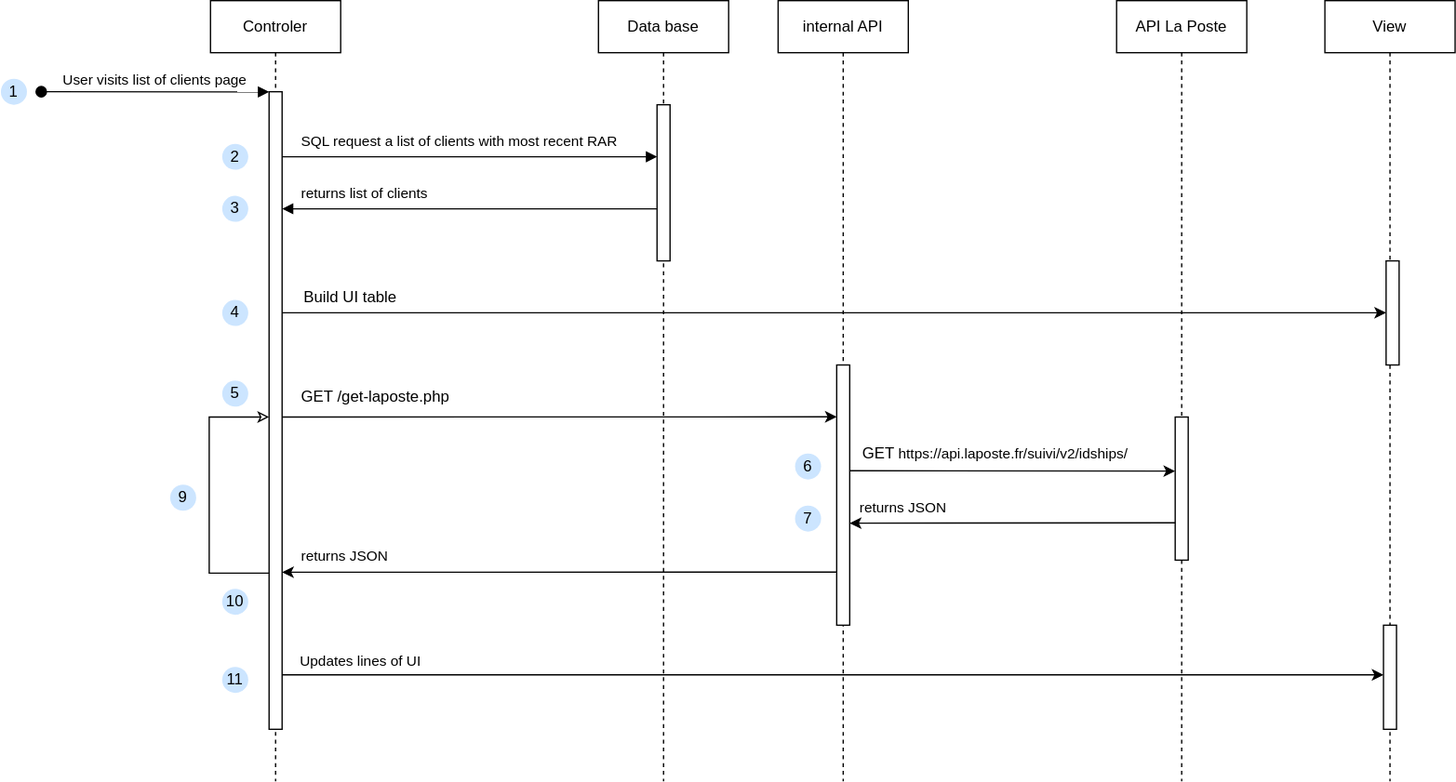
Earlier version of the draw.io export src/IMG/LAPOSTE_API.svg (Remi-Lerolle/Pages-perso). Source tidied: cells renumbered, new cells last; positions are measured from the earlier drawing's top-left corner, leaving out a move shared by most shapes.
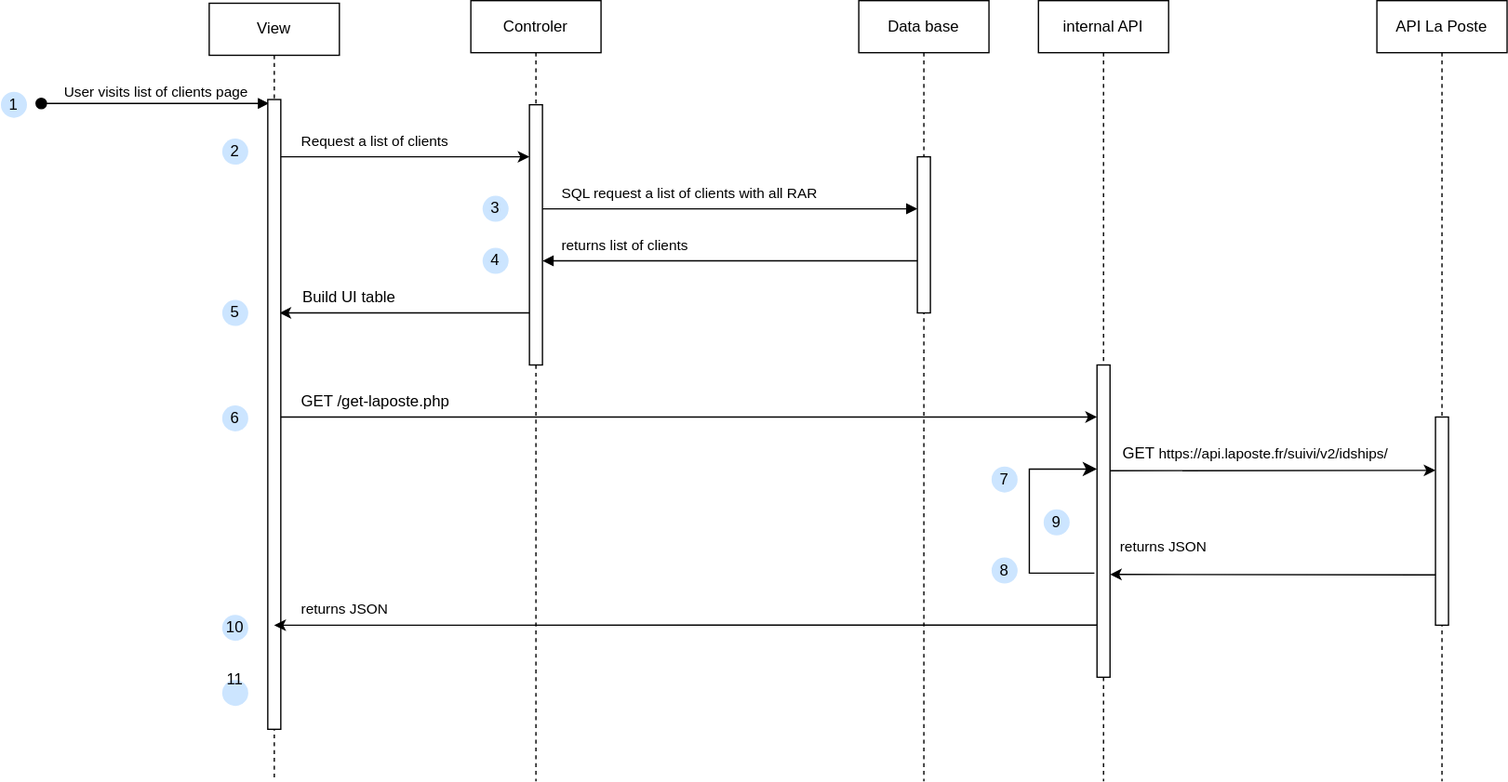
Later version of the same file.

Commit message:
Update diagram sequence API La Poste #19

What changed in the source:
```diff
@@ -8,17 +8,10 @@
     <mxCell id="3" style="html=1;points=[];perimeter=orthogonalPerimeter;outlineConnect=0;targetShapes=umlLifeline;portConstraint=eastwest;newEdgeStyle={&quot;edgeStyle&quot;:&quot;elbowEdgeStyle&quot;,&quot;elbow&quot;:&quot;vertical&quot;,&quot;curved&quot;:0,&quot;rounded&quot;:0};" parent="2" vertex="1">
-      <mxGeometry x="45" y="70" width="10" height="490" as="geometry" />
+      <mxGeometry x="45" y="80" width="10" height="200" as="geometry" />
     </mxCell>
-    <mxCell id="4" value="User visits list of clients page" style="html=1;verticalAlign=bottom;startArrow=oval;endArrow=block;startSize=8;edgeStyle=elbowEdgeStyle;elbow=vertical;curved=0;rounded=0;" parent="2" edge="1" target="3">
+    <mxCell id="4" value="User visits list of clients page" style="html=1;verticalAlign=bottom;startArrow=oval;endArrow=block;startSize=8;edgeStyle=elbowEdgeStyle;elbow=vertical;curved=0;rounded=0;" parent="2" edge="1">
       <mxGeometry relative="1" as="geometry">
-        <mxPoint x="-130" y="70" as="sourcePoint" />
+        <mxPoint x="-330" y="79" as="sourcePoint" />
+        <mxPoint x="-155" y="79.1" as="targetPoint" />
       </mxGeometry>
     </mxCell>
-    <mxCell id="5" style="endArrow=none;startArrow=classic;html=1;rounded=0;startFill=0;" parent="2" edge="1" source="3" target="3">
-      <mxGeometry relative="1" as="geometry">
-        <Array as="points">
-          <mxPoint x="-1" y="320" />
-          <mxPoint x="-1" y="440" />
-        </Array>
-      </mxGeometry>
-    </mxCell>
     <mxCell id="6" value="Data base" style="shape=umlLifeline;perimeter=lifelinePerimeter;whiteSpace=wrap;html=1;newEdgeStyle={&quot;edgeStyle&quot;:&quot;elbowEdgeStyle&quot;,&quot;elbow&quot;:&quot;vertical&quot;,&quot;curved&quot;:0,&quot;rounded&quot;:0};" parent="1" vertex="1">
@@ -27,3 +20,3 @@
     <mxCell id="7" style="html=1;perimeter=orthogonalPerimeter;targetShapes=umlLifeline;newEdgeStyle={&quot;edgeStyle&quot;:&quot;elbowEdgeStyle&quot;,&quot;elbow&quot;:&quot;vertical&quot;,&quot;curved&quot;:0,&quot;rounded&quot;:0};" parent="6" vertex="1">
-      <mxGeometry x="45" y="80" width="10" height="120" as="geometry" />
+      <mxGeometry x="45" y="120" width="10" height="120" as="geometry" />
     </mxCell>
@@ -31,6 +24,6 @@
       <mxGeometry relative="1" as="geometry">
-        <mxPoint x="216" y="120" as="sourcePoint" />
-        <mxPoint x="504" y="120" as="targetPoint" />
+        <mxPoint x="216" y="160" as="sourcePoint" />
+        <mxPoint x="504" y="160" as="targetPoint" />
         <Array as="points">
-          <mxPoint x="301" y="120" />
+          <mxPoint x="301" y="160" />
         </Array>
@@ -38,7 +31,8 @@
     </mxCell>
-    <mxCell id="9" style="html=1;verticalAlign=bottom;endArrow=block;edgeStyle=elbowEdgeStyle;elbow=vertical;curved=0;rounded=0;" parent="1" edge="1" target="3">
+    <mxCell id="9" style="html=1;verticalAlign=bottom;endArrow=block;edgeStyle=elbowEdgeStyle;elbow=vertical;curved=0;rounded=0;" parent="1" edge="1">
       <mxGeometry relative="1" as="geometry">
-        <mxPoint x="504" y="160" as="sourcePoint" />
+        <mxPoint x="504" y="200" as="sourcePoint" />
+        <mxPoint x="216" y="200" as="targetPoint" />
         <Array as="points">
-          <mxPoint x="311" y="160" />
+          <mxPoint x="311" y="200" />
         </Array>
@@ -50,10 +44,7 @@
     <mxCell id="11" style="html=1;points=[];perimeter=orthogonalPerimeter;outlineConnect=0;targetShapes=umlLifeline;portConstraint=eastwest;newEdgeStyle={&quot;edgeStyle&quot;:&quot;elbowEdgeStyle&quot;,&quot;elbow&quot;:&quot;vertical&quot;,&quot;curved&quot;:0,&quot;rounded&quot;:0};" parent="10" vertex="1">
-      <mxGeometry x="45" y="320" width="10" height="110" as="geometry" />
+      <mxGeometry x="45" y="320" width="10" height="160" as="geometry" />
     </mxCell>
     <mxCell id="12" value="View" style="shape=umlLifeline;perimeter=lifelinePerimeter;whiteSpace=wrap;html=1;newEdgeStyle={&quot;edgeStyle&quot;:&quot;elbowEdgeStyle&quot;,&quot;elbow&quot;:&quot;vertical&quot;,&quot;curved&quot;:0,&quot;rounded&quot;:0};" parent="1" vertex="1">
-      <mxGeometry x="1017" width="100" height="600" as="geometry" />
+      <mxGeometry x="-40" y="2" width="100" height="598" as="geometry" />
     </mxCell>
-    <mxCell id="13" style="html=1;perimeter=orthogonalPerimeter;targetShapes=umlLifeline;newEdgeStyle={&quot;edgeStyle&quot;:&quot;elbowEdgeStyle&quot;,&quot;elbow&quot;:&quot;vertical&quot;,&quot;curved&quot;:0,&quot;rounded&quot;:0};" parent="12" vertex="1">
-      <mxGeometry x="45" y="480" width="10" height="80" as="geometry" />
-    </mxCell>
     <mxCell id="14" value="GET &lt;font style=&quot;font-size: 11px;&quot;&gt;https://api.laposte.fr/suivi/v2/idships/&lt;/font&gt;" style="text;html=1;align=left;verticalAlign=middle;" parent="1" vertex="1">
@@ -62,26 +53,14 @@
     <mxCell id="15" value="&lt;font style=&quot;font-size: 11px;&quot;&gt;returns JSON &lt;br&gt;&lt;/font&gt;" style="text;html=1;align=left;verticalAlign=middle;" parent="1" vertex="1">
-      <mxGeometry x="658" y="375" width="90" height="30" as="geometry" />
+      <mxGeometry x="658" y="405" width="90" height="30" as="geometry" />
     </mxCell>
-    <mxCell id="16" style="edgeStyle=elbowEdgeStyle;rounded=0;orthogonalLoop=1;jettySize=auto;html=1;elbow=vertical;curved=0;" parent="1" edge="1">
-      <mxGeometry relative="1" as="geometry">
-        <mxPoint x="216" y="518.2" as="sourcePoint" />
-        <mxPoint x="1062" y="518.1" as="targetPoint" />
-      </mxGeometry>
-    </mxCell>
-    <mxCell id="17" value="Updates lines of UI" style="edgeLabel;html=1;align=center;verticalAlign=middle;" parent="16" vertex="1">
-      <mxGeometry x="-0.27" relative="1" as="geometry">
-        <mxPoint x="-250" y="-10" as="offset" />
-      </mxGeometry>
-    </mxCell>
-    <mxCell id="18" style="html=1;points=[];perimeter=orthogonalPerimeter;outlineConnect=0;targetShapes=umlLifeline;portConstraint=eastwest;newEdgeStyle={&quot;edgeStyle&quot;:&quot;elbowEdgeStyle&quot;,&quot;elbow&quot;:&quot;vertical&quot;,&quot;curved&quot;:0,&quot;rounded&quot;:0};" parent="1" vertex="1">
-      <mxGeometry x="1064" y="200" width="10" height="80" as="geometry" />
-    </mxCell>
-    <mxCell id="19" style="edgeStyle=elbowEdgeStyle;rounded=0;jettySize=auto;html=1;elbow=vertical;curved=0;" parent="1" edge="1" source="3" target="18">
-      <mxGeometry relative="1" as="geometry" />
+    <mxCell id="19" style="edgeStyle=elbowEdgeStyle;rounded=0;jettySize=auto;html=1;elbow=vertical;curved=0;" parent="1" edge="1" source="3">
+      <mxGeometry relative="1" as="geometry">
+        <mxPoint x="14" y="240" as="targetPoint" />
+      </mxGeometry>
     </mxCell>
     <mxCell id="20" value="&lt;font style=&quot;font-size: 11px;&quot;&gt;returns list of clients&lt;/font&gt;" style="text;html=1;align=left;verticalAlign=middle;strokeColor=none;fillColor=none;" parent="1" vertex="1">
-      <mxGeometry x="229" y="133" width="120" height="30" as="geometry" />
+      <mxGeometry x="229" y="173" width="120" height="30" as="geometry" />
     </mxCell>
-    <mxCell id="21" value="&lt;font style=&quot;font-size: 11px;&quot;&gt;SQL request a list of clients with most recent RAR&lt;/font&gt;" style="text;html=1;align=left;verticalAlign=middle;strokeColor=none;fillColor=none;" parent="1" vertex="1">
-      <mxGeometry x="229" y="93" width="270" height="30" as="geometry" />
+    <mxCell id="21" value="&lt;font style=&quot;font-size: 11px;&quot;&gt;SQL request a list of clients with all RAR&lt;/font&gt;" style="text;html=1;align=left;verticalAlign=middle;strokeColor=none;fillColor=none;" parent="1" vertex="1">
+      <mxGeometry x="229" y="133" width="220" height="30" as="geometry" />
     </mxCell>
@@ -91,11 +70,6 @@
     <mxCell id="23" style="html=1;points=[];perimeter=orthogonalPerimeter;outlineConnect=0;targetShapes=umlLifeline;portConstraint=eastwest;newEdgeStyle={&quot;edgeStyle&quot;:&quot;elbowEdgeStyle&quot;,&quot;elbow&quot;:&quot;vertical&quot;,&quot;curved&quot;:0,&quot;rounded&quot;:0};" parent="22" vertex="1">
-      <mxGeometry x="45" y="280" width="10" height="200" as="geometry" />
+      <mxGeometry x="45" y="280" width="10" height="240" as="geometry" />
     </mxCell>
-    <mxCell id="24" style="edgeStyle=elbowEdgeStyle;rounded=0;jettySize=auto;html=1;elbow=vertical;curved=0;" parent="1" edge="1" target="23">
-      <mxGeometry relative="1" as="geometry">
-        <mxPoint x="216" y="320" as="sourcePoint" />
-      </mxGeometry>
-    </mxCell>
     <mxCell id="25" value="GET /get-laposte.php" style="text;html=1;align=left;verticalAlign=middle;" parent="1" vertex="1">
-      <mxGeometry x="229" y="290" width="140" height="30" as="geometry" />
+      <mxGeometry x="29" y="293" width="140" height="30" as="geometry" />
     </mxCell>
@@ -108,17 +82,11 @@
       <mxGeometry relative="1" as="geometry">
-        <mxPoint x="902" y="401.3" as="sourcePoint" />
-        <mxPoint x="652" y="401.3" as="targetPoint" />
+        <mxPoint x="902" y="441.3" as="sourcePoint" />
+        <mxPoint x="652" y="441.3" as="targetPoint" />
       </mxGeometry>
     </mxCell>
-    <mxCell id="28" style="edgeStyle=elbowEdgeStyle;rounded=0;orthogonalLoop=1;jettySize=auto;html=1;elbow=vertical;curved=0;" parent="1" edge="1">
-      <mxGeometry relative="1" as="geometry">
-        <mxPoint x="642" y="439.1" as="sourcePoint" />
-        <mxPoint x="216" y="439.1" as="targetPoint" />
-      </mxGeometry>
-    </mxCell>
     <mxCell id="29" value="&lt;font style=&quot;font-size: 11px;&quot;&gt;returns JSON &lt;br&gt;&lt;/font&gt;" style="text;html=1;align=left;verticalAlign=middle;" parent="1" vertex="1">
-      <mxGeometry x="229" y="412" width="90" height="30" as="geometry" />
+      <mxGeometry x="29" y="453" width="90" height="30" as="geometry" />
     </mxCell>
     <mxCell id="30" style="group;" parent="1" vertex="1">
-      <mxGeometry y="60" width="20" height="20" as="geometry" />
+      <mxGeometry x="-200" y="70" width="20" height="20" as="geometry" />
     </mxCell>
@@ -131,3 +99,3 @@
     <mxCell id="33" style="group;" parent="1" vertex="1">
-      <mxGeometry x="170" y="110" width="20" height="20" as="geometry" />
+      <mxGeometry x="-30" y="106" width="20" height="20" as="geometry" />
     </mxCell>
@@ -149,3 +117,3 @@
     <mxCell id="39" style="group;" parent="1" vertex="1">
-      <mxGeometry x="170" y="230" width="20" height="20" as="geometry" />
+      <mxGeometry x="-30" y="230" width="20" height="20" as="geometry" />
     </mxCell>
@@ -154,3 +122,3 @@
     </mxCell>
-    <mxCell id="41" value="&lt;font face=&quot;Helvetica&quot;&gt;4&lt;/font&gt;" style="text;html=1;align=center;verticalAlign=middle;whiteSpace=wrap;rounded=0;" parent="39" vertex="1">
+    <mxCell id="41" value="&lt;font face=&quot;Helvetica&quot;&gt;5&lt;/font&gt;" style="text;html=1;align=center;verticalAlign=middle;whiteSpace=wrap;rounded=0;" parent="39" vertex="1">
       <mxGeometry width="20" height="20" as="geometry" />
@@ -158,6 +126,6 @@
     <mxCell id="42" value="Build UI table" style="text;html=1;align=left;verticalAlign=middle;strokeColor=none;fillColor=none;" parent="1" vertex="1">
-      <mxGeometry x="231" y="213" width="90" height="30" as="geometry" />
+      <mxGeometry x="30" y="213" width="90" height="30" as="geometry" />
     </mxCell>
     <mxCell id="43" style="group;" parent="1" vertex="1">
-      <mxGeometry x="170" y="292" width="20" height="20" as="geometry" />
+      <mxGeometry x="-30" y="311" width="20" height="20" as="geometry" />
     </mxCell>
@@ -166,3 +134,3 @@
     </mxCell>
-    <mxCell id="45" value="&lt;font face=&quot;Helvetica&quot;&gt;5&lt;/font&gt;" style="text;html=1;align=center;verticalAlign=middle;whiteSpace=wrap;rounded=0;" parent="43" vertex="1">
+    <mxCell id="45" value="&lt;font face=&quot;Helvetica&quot;&gt;6&lt;/font&gt;" style="text;html=1;align=center;verticalAlign=middle;whiteSpace=wrap;rounded=0;" parent="43" vertex="1">
       <mxGeometry width="20" height="20" as="geometry" />
@@ -170,3 +138,3 @@
     <mxCell id="46" style="group;" parent="1" vertex="1">
-      <mxGeometry x="610" y="348" width="20" height="20" as="geometry" />
+      <mxGeometry x="561" y="358" width="20" height="20" as="geometry" />
     </mxCell>
@@ -175,3 +143,3 @@
     </mxCell>
-    <mxCell id="48" value="&lt;font face=&quot;Helvetica&quot;&gt;6&lt;/font&gt;" style="text;html=1;align=center;verticalAlign=middle;whiteSpace=wrap;rounded=0;" parent="46" vertex="1">
+    <mxCell id="48" value="&lt;font face=&quot;Helvetica&quot;&gt;7&lt;/font&gt;" style="text;html=1;align=center;verticalAlign=middle;whiteSpace=wrap;rounded=0;" parent="46" vertex="1">
       <mxGeometry width="20" height="20" as="geometry" />
@@ -179,3 +147,3 @@
     <mxCell id="49" style="group;" parent="1" vertex="1">
-      <mxGeometry x="130" y="372" width="20" height="20" as="geometry" />
+      <mxGeometry x="-30" y="472" width="20" height="20" as="geometry" />
     </mxCell>
@@ -184,16 +152,7 @@
     </mxCell>
-    <mxCell id="51" value="&lt;font face=&quot;Helvetica&quot;&gt;9&lt;/font&gt;" style="text;html=1;align=center;verticalAlign=middle;whiteSpace=wrap;rounded=0;" parent="49" vertex="1">
+    <mxCell id="51" value="&lt;font face=&quot;Helvetica&quot;&gt;10&lt;/font&gt;" style="text;html=1;align=center;verticalAlign=middle;whiteSpace=wrap;rounded=0;" parent="49" vertex="1">
       <mxGeometry width="20" height="20" as="geometry" />
     </mxCell>
-    <mxCell id="52" style="group;" parent="1" vertex="1">
-      <mxGeometry x="170" y="512" width="20" height="20" as="geometry" />
-    </mxCell>
-    <mxCell id="53" style="ellipse;whiteSpace=wrap;html=1;rotation=90;fillColor=#cce5ff;strokeColor=none;" parent="52" vertex="1">
-      <mxGeometry width="20" height="20" as="geometry" />
-    </mxCell>
-    <mxCell id="54" value="&lt;font face=&quot;Helvetica&quot;&gt;11&lt;/font&gt;" style="text;html=1;align=center;verticalAlign=middle;whiteSpace=wrap;rounded=0;" parent="52" vertex="1">
-      <mxGeometry width="20" height="20" as="geometry" />
-    </mxCell>
     <mxCell id="55" style="group;" parent="1" vertex="1">
-      <mxGeometry x="610" y="388" width="20" height="20" as="geometry" />
+      <mxGeometry x="601" y="391" width="20" height="20" as="geometry" />
     </mxCell>
@@ -202,3 +161,3 @@
     </mxCell>
-    <mxCell id="57" value="&lt;font face=&quot;Helvetica&quot;&gt;7&lt;/font&gt;" style="text;html=1;align=center;verticalAlign=middle;whiteSpace=wrap;rounded=0;" parent="55" vertex="1">
+    <mxCell id="57" value="&lt;font face=&quot;Helvetica&quot;&gt;9&lt;/font&gt;" style="text;html=1;align=center;verticalAlign=middle;whiteSpace=wrap;rounded=0;" parent="55" vertex="1">
       <mxGeometry width="20" height="20" as="geometry" />
@@ -206,3 +165,3 @@
     <mxCell id="58" style="group;" parent="1" vertex="1">
-      <mxGeometry x="170" y="452" width="20" height="20" as="geometry" />
+      <mxGeometry x="-30" y="522" width="20" height="20" as="geometry" />
     </mxCell>
@@ -211,5 +170,56 @@
     </mxCell>
-    <mxCell id="60" value="&lt;font face=&quot;Helvetica&quot;&gt;10&lt;/font&gt;" style="text;html=1;align=center;verticalAlign=middle;whiteSpace=wrap;rounded=0;" parent="58" vertex="1">
-      <mxGeometry width="20" height="20" as="geometry" />
+    <mxCell id="60" value="&lt;font face=&quot;Helvetica&quot;&gt;11&lt;/font&gt;" style="text;html=1;align=center;verticalAlign=middle;whiteSpace=wrap;rounded=0;" parent="58" vertex="1">
+      <mxGeometry y="-10" width="20" height="20" as="geometry" />
     </mxCell>
+    <mxCell id="61" style="edgeStyle=elbowEdgeStyle;rounded=0;orthogonalLoop=1;jettySize=auto;html=1;elbow=vertical;curved=0;" parent="1" edge="1">
+      <mxGeometry relative="1" as="geometry">
+        <mxPoint x="15" y="320" as="sourcePoint" />
+        <mxPoint x="642" y="320" as="targetPoint" />
+      </mxGeometry>
+    </mxCell>
+    <mxCell id="62" style="edgeStyle=elbowEdgeStyle;rounded=0;orthogonalLoop=1;jettySize=auto;html=1;elbow=vertical;curved=0;" parent="1" edge="1">
+      <mxGeometry relative="1" as="geometry">
+        <mxPoint x="15" y="120" as="sourcePoint" />
+        <mxPoint x="206" y="120" as="targetPoint" />
+      </mxGeometry>
+    </mxCell>
+    <mxCell id="63" style="html=1;perimeter=orthogonalPerimeter;targetShapes=umlLifeline;newEdgeStyle={&quot;edgeStyle&quot;:&quot;elbowEdgeStyle&quot;,&quot;elbow&quot;:&quot;vertical&quot;,&quot;curved&quot;:0,&quot;rounded&quot;:0};" parent="1" vertex="1">
+      <mxGeometry x="5" y="76" width="10" height="484" as="geometry" />
+    </mxCell>
+    <mxCell id="64" value="&lt;font style=&quot;font-size: 11px;&quot;&gt;Request a list of clients&lt;/font&gt;" style="text;html=1;align=left;verticalAlign=middle;strokeColor=none;fillColor=none;" parent="1" vertex="1">
+      <mxGeometry x="29" y="93" width="140" height="30" as="geometry" />
+    </mxCell>
+    <mxCell id="65" style="group;" parent="1" vertex="1">
+      <mxGeometry x="170" y="190" width="20" height="20" as="geometry" />
+    </mxCell>
+    <mxCell id="66" style="ellipse;whiteSpace=wrap;html=1;rotation=90;fillColor=#cce5ff;strokeColor=none;" parent="65" vertex="1">
+      <mxGeometry width="20" height="20" as="geometry" />
+    </mxCell>
+    <mxCell id="67" value="&lt;font face=&quot;Helvetica&quot;&gt;4&lt;/font&gt;" style="text;html=1;align=center;verticalAlign=middle;whiteSpace=wrap;rounded=0;" parent="65" vertex="1">
+      <mxGeometry width="20" height="20" as="geometry" />
+    </mxCell>
+    <mxCell id="68" style="group;" parent="1" vertex="1">
+      <mxGeometry x="561" y="428" width="20" height="20" as="geometry" />
+    </mxCell>
+    <mxCell id="69" style="ellipse;whiteSpace=wrap;html=1;rotation=90;fillColor=#cce5ff;strokeColor=none;" parent="68" vertex="1">
+      <mxGeometry width="20" height="20" as="geometry" />
+    </mxCell>
+    <mxCell id="70" value="&lt;font face=&quot;Helvetica&quot;&gt;8&lt;/font&gt;" style="text;html=1;align=center;verticalAlign=middle;whiteSpace=wrap;rounded=0;" parent="68" vertex="1">
+      <mxGeometry width="20" height="20" as="geometry" />
+    </mxCell>
+    <mxCell id="71" style="edgeStyle=elbowEdgeStyle;rounded=0;orthogonalLoop=1;jettySize=auto;html=1;elbow=vertical;curved=0;" parent="1" edge="1">
+      <mxGeometry relative="1" as="geometry">
+        <mxPoint x="642" y="479.9" as="sourcePoint" />
+        <mxPoint x="9.9" y="479.9" as="targetPoint" />
+      </mxGeometry>
+    </mxCell>
+    <mxCell id="72" style="edgeStyle=segmentEdgeStyle;endArrow=classic;html=1;curved=0;rounded=0;endSize=8;startSize=8;" parent="1" edge="1" target="23">
+      <mxGeometry relative="1" as="geometry">
+        <mxPoint x="640" y="440" as="sourcePoint" />
+        <Array as="points">
+          <mxPoint x="590" y="440" />
+          <mxPoint x="590" y="360" />
+        </Array>
+      </mxGeometry>
+    </mxCell>
   </root>
```
